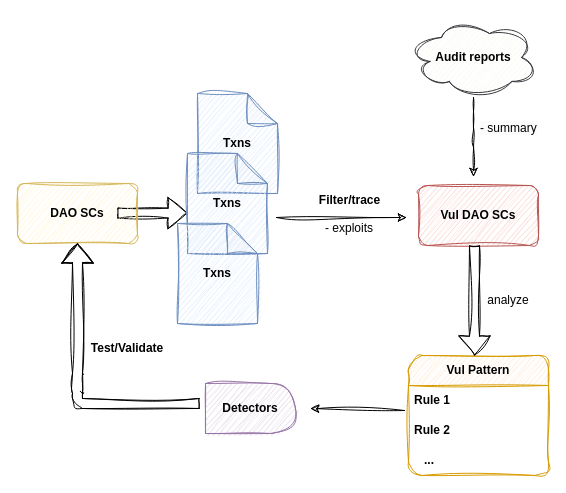
This is dao.drawio from bossjoker1/Assembly, a draw.io file, before an edit. Source tidied: cells renumbered, new cells numbered last; positions are measured from the earlier drawing's top-left corner, leaving out a move shared by most shapes. Both pictures are drawn from the tidied source at 100%, with x=0, y=0 at pixel (17, 17).
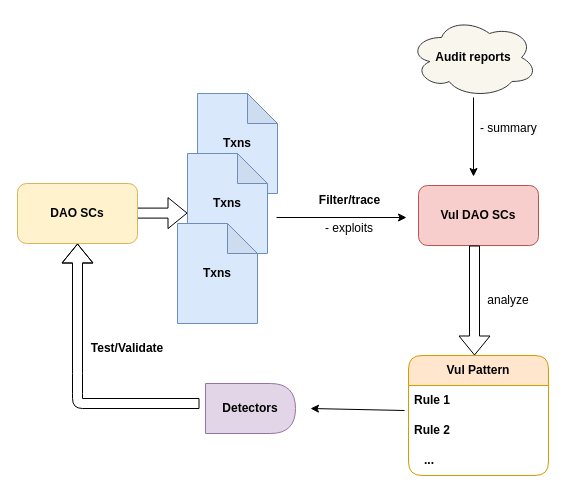
After the change.

What changed in the source:
```diff
@@
-    <mxCell id="2" value="&lt;b style=&quot;border-color: var(--border-color);&quot;&gt;Txns&lt;/b&gt;" style="shape=note;whiteSpace=wrap;html=1;backgroundOutline=1;darkOpacity=0.05;rounded=1;fillColor=#dae8fc;strokeColor=#6c8ebf;sketch=1;curveFitting=1;jiggle=2;" parent="1" vertex="1">
+    <mxCell id="2" value="&lt;b style=&quot;border-color: var(--border-color);&quot;&gt;Txns&lt;/b&gt;" style="shape=note;whiteSpace=wrap;html=1;backgroundOutline=1;darkOpacity=0.05;rounded=1;fillColor=#dae8fc;strokeColor=#6c8ebf;" parent="1" vertex="1">
       <mxGeometry x="180" y="76" width="80" height="100" as="geometry" />
     </mxCell>
-    <mxCell id="3" style="shape=flexArrow;endArrow=classic;html=1;rounded=1;sketch=1;curveFitting=1;jiggle=2;" parent="1" edge="1">
+    <mxCell id="3" style="shape=flexArrow;endArrow=classic;html=1;rounded=1;" parent="1" edge="1">
       <mxGeometry relative="1" as="geometry">
         <mxPoint x="100" y="195.6" as="sourcePoint" />
         <mxPoint x="170" y="195.6" as="targetPoint" />
       </mxGeometry>
     </mxCell>
-    <mxCell id="4" value="DAO SCs" style="rounded=1;whiteSpace=wrap;html=1;fontStyle=1;fillColor=#fff2cc;strokeColor=#d6b656;sketch=1;curveFitting=1;jiggle=2;" parent="1" vertex="1">
+    <mxCell id="4" value="DAO SCs" style="rounded=1;whiteSpace=wrap;html=1;fontStyle=1;fillColor=#fff2cc;strokeColor=#d6b656;" parent="1" vertex="1">
       <mxGeometry y="166" width="120" height="60" as="geometry" />
     </mxCell>
-    <mxCell id="5" value="&lt;b&gt;Txns&lt;/b&gt;" style="shape=note;whiteSpace=wrap;html=1;backgroundOutline=1;darkOpacity=0.05;rounded=1;fillColor=#dae8fc;strokeColor=#6c8ebf;sketch=1;curveFitting=1;jiggle=2;" parent="1" vertex="1">
+    <mxCell id="5" value="&lt;b&gt;Txns&lt;/b&gt;" style="shape=note;whiteSpace=wrap;html=1;backgroundOutline=1;darkOpacity=0.05;rounded=1;fillColor=#dae8fc;strokeColor=#6c8ebf;" parent="1" vertex="1">
       <mxGeometry x="170" y="136" width="80" height="100" as="geometry" />
     </mxCell>
-    <mxCell id="6" style="endArrow=classic;html=1;rounded=1;sketch=1;curveFitting=1;jiggle=2;" parent="1" edge="1">
+    <mxCell id="6" style="endArrow=classic;html=1;rounded=1;" parent="1" edge="1">
       <mxGeometry relative="1" as="geometry">
         <mxPoint x="259" y="200" as="sourcePoint" />
         <mxPoint x="389" y="200" as="targetPoint" />
       </mxGeometry>
     </mxCell>
-    <mxCell id="7" value="Filter/trace" style="text;html=1;align=center;verticalAlign=middle;strokeColor=none;fillColor=none;fontStyle=1;rounded=1;sketch=1;curveFitting=1;jiggle=2;" parent="1" vertex="1">
+    <mxCell id="7" value="Filter/trace" style="text;html=1;align=center;verticalAlign=middle;strokeColor=none;fillColor=none;fontStyle=1;rounded=1;" parent="1" vertex="1">
       <mxGeometry x="292" y="168" width="80" height="30" as="geometry" />
     </mxCell>
-    <mxCell id="8" value="&lt;b style=&quot;border-color: var(--border-color);&quot;&gt;Txns&lt;/b&gt;" style="shape=note;whiteSpace=wrap;html=1;backgroundOutline=1;darkOpacity=0.05;rounded=1;fillColor=#dae8fc;strokeColor=#6c8ebf;sketch=1;curveFitting=1;jiggle=2;" parent="1" vertex="1">
+    <mxCell id="8" value="&lt;b style=&quot;border-color: var(--border-color);&quot;&gt;Txns&lt;/b&gt;" style="shape=note;whiteSpace=wrap;html=1;backgroundOutline=1;darkOpacity=0.05;rounded=1;fillColor=#dae8fc;strokeColor=#6c8ebf;" parent="1" vertex="1">
       <mxGeometry x="160" y="206" width="80" height="100" as="geometry" />
     </mxCell>
-    <mxCell id="9" value="- exploits" style="text;html=1;strokeColor=none;fillColor=none;align=center;verticalAlign=middle;whiteSpace=wrap;rounded=1;sketch=1;curveFitting=1;jiggle=2;" parent="1" vertex="1">
+    <mxCell id="9" value="- exploits" style="text;html=1;strokeColor=none;fillColor=none;align=center;verticalAlign=middle;whiteSpace=wrap;rounded=1;" parent="1" vertex="1">
       <mxGeometry x="302" y="196" width="60" height="30" as="geometry" />
     </mxCell>
-    <mxCell id="10" value="Vul DAO SCs" style="rounded=1;whiteSpace=wrap;html=1;fontStyle=1;fillColor=#f8cecc;strokeColor=#b85450;sketch=1;curveFitting=1;jiggle=2;" parent="1" vertex="1">
+    <mxCell id="10" value="Vul DAO SCs" style="rounded=1;whiteSpace=wrap;html=1;fontStyle=1;fillColor=#f8cecc;strokeColor=#b85450;" parent="1" vertex="1">
       <mxGeometry x="401" y="168" width="120" height="60" as="geometry" />
     </mxCell>
-    <mxCell id="11" value="Vul Pattern" style="swimlane;fontStyle=1;horizontal=1;startSize=30;whiteSpace=wrap;html=1;rounded=1;fillColor=#ffe6cc;strokeColor=#d79b00;sketch=1;curveFitting=1;jiggle=2;" parent="1" vertex="1">
+    <mxCell id="11" value="Vul Pattern" style="swimlane;fontStyle=1;horizontal=1;startSize=30;whiteSpace=wrap;html=1;rounded=1;fillColor=#ffe6cc;strokeColor=#d79b00;" parent="1" vertex="1">
       <mxGeometry x="391" y="338" width="140" height="120" as="geometry" />
     </mxCell>
-    <mxCell id="12" style="endArrow=classic;html=1;rounded=1;sketch=1;curveFitting=1;jiggle=2;" parent="11" edge="1">
+    <mxCell id="12" style="endArrow=classic;html=1;rounded=1;" parent="11" edge="1">
       <mxGeometry relative="1" as="geometry">
         <mxPoint x="-4" y="55" as="sourcePoint" />
         <mxPoint x="-98" y="53" as="targetPoint" />
       </mxGeometry>
     </mxCell>
-    <mxCell id="13" value="Rule 1" style="text;strokeColor=none;fillColor=none;align=left;verticalAlign=middle;spacingLeft=4;spacingRight=4;overflow=hidden;whiteSpace=wrap;html=1;fontStyle=1;rounded=1;sketch=1;curveFitting=1;jiggle=2;" parent="11" vertex="1">
+    <mxCell id="13" value="Rule 1" style="text;strokeColor=none;fillColor=none;align=left;verticalAlign=middle;spacingLeft=4;spacingRight=4;overflow=hidden;whiteSpace=wrap;html=1;fontStyle=1;rounded=1;" parent="11" vertex="1">
       <mxGeometry y="30" width="140" height="30" as="geometry" />
     </mxCell>
-    <mxCell id="14" value="Rule 2" style="text;strokeColor=none;fillColor=none;align=left;verticalAlign=middle;spacingLeft=4;spacingRight=4;overflow=hidden;whiteSpace=wrap;html=1;fontStyle=1;rounded=1;sketch=1;curveFitting=1;jiggle=2;" parent="11" vertex="1">
+    <mxCell id="14" value="Rule 2" style="text;strokeColor=none;fillColor=none;align=left;verticalAlign=middle;spacingLeft=4;spacingRight=4;overflow=hidden;whiteSpace=wrap;html=1;fontStyle=1;rounded=1;" parent="11" vertex="1">
       <mxGeometry y="60" width="140" height="30" as="geometry" />
     </mxCell>
-    <mxCell id="15" value="&amp;nbsp; &amp;nbsp;..." style="text;strokeColor=none;fillColor=none;align=left;verticalAlign=middle;spacingLeft=4;spacingRight=4;overflow=hidden;whiteSpace=wrap;html=1;fontStyle=1;rounded=1;sketch=1;curveFitting=1;jiggle=2;" parent="11" vertex="1">
+    <mxCell id="15" value="&amp;nbsp; &amp;nbsp;..." style="text;strokeColor=none;fillColor=none;align=left;verticalAlign=middle;spacingLeft=4;spacingRight=4;overflow=hidden;whiteSpace=wrap;html=1;fontStyle=1;rounded=1;" parent="11" vertex="1">
       <mxGeometry y="90" width="140" height="30" as="geometry" />
     </mxCell>
-    <mxCell id="16" style="shape=flexArrow;endArrow=classic;html=1;rounded=1;sketch=1;curveFitting=1;jiggle=2;" parent="1" edge="1">
+    <mxCell id="16" style="shape=flexArrow;endArrow=classic;html=1;rounded=1;" parent="1" edge="1">
       <mxGeometry relative="1" as="geometry">
         <mxPoint x="457" y="228" as="sourcePoint" />
         <mxPoint x="457" y="338" as="targetPoint" />
       </mxGeometry>
     </mxCell>
-    <mxCell id="17" value="analyze" style="text;html=1;strokeColor=none;fillColor=none;align=center;verticalAlign=middle;whiteSpace=wrap;rounded=1;sketch=1;curveFitting=1;jiggle=2;" parent="1" vertex="1">
+    <mxCell id="17" value="analyze" style="text;html=1;strokeColor=none;fillColor=none;align=center;verticalAlign=middle;whiteSpace=wrap;rounded=1;" parent="1" vertex="1">
       <mxGeometry x="461" y="268" width="60" height="30" as="geometry" />
     </mxCell>
-    <mxCell id="18" value="&lt;b&gt;Detectors&lt;/b&gt;" style="shape=delay;whiteSpace=wrap;html=1;rounded=1;fillColor=#e1d5e7;strokeColor=#9673a6;sketch=1;curveFitting=1;jiggle=2;" parent="1" vertex="1">
+    <mxCell id="18" value="&lt;b&gt;Detectors&lt;/b&gt;" style="shape=delay;whiteSpace=wrap;html=1;rounded=1;fillColor=#e1d5e7;strokeColor=#9673a6;" parent="1" vertex="1">
       <mxGeometry x="188" y="366" width="90" height="50" as="geometry" />
     </mxCell>
-    <mxCell id="19" style="shape=flexArrow;endArrow=classic;html=1;rounded=1;entryX=0.5;entryY=1;entryDx=0;entryDy=0;sketch=1;curveFitting=1;jiggle=2;" parent="1" edge="1" target="4">
+    <mxCell id="19" style="shape=flexArrow;endArrow=classic;html=1;rounded=1;entryX=0.5;entryY=1;entryDx=0;entryDy=0;" parent="1" edge="1" target="4">
       <mxGeometry relative="1" as="geometry">
         <mxPoint x="182" y="386" as="sourcePoint" />
         <Array as="points">
           <mxPoint x="60" y="386" />
           <mxPoint x="60" y="376" />
           <mxPoint x="60" y="356" />
         </Array>
       </mxGeometry>
     </mxCell>
-    <mxCell id="20" value="&lt;b&gt;Test/Validate&lt;/b&gt;" style="text;html=1;strokeColor=none;fillColor=none;align=center;verticalAlign=middle;whiteSpace=wrap;rounded=1;sketch=1;curveFitting=1;jiggle=2;" parent="1" vertex="1">
+    <mxCell id="20" value="&lt;b&gt;Test/Validate&lt;/b&gt;" style="text;html=1;strokeColor=none;fillColor=none;align=center;verticalAlign=middle;whiteSpace=wrap;rounded=1;" parent="1" vertex="1">
       <mxGeometry x="80" y="316" width="60" height="30" as="geometry" />
     </mxCell>
-    <mxCell id="21" style="edgeStyle=orthogonalEdgeStyle;rounded=1;jettySize=auto;html=1;sketch=1;curveFitting=1;jiggle=2;" parent="1" edge="1" source="22">
+    <mxCell id="21" style="edgeStyle=orthogonalEdgeStyle;rounded=1;jettySize=auto;html=1;" parent="1" edge="1" source="22">
       <mxGeometry relative="1" as="geometry">
         <mxPoint x="456" y="159" as="targetPoint" />
       </mxGeometry>
     </mxCell>
-    <mxCell id="22" value="&lt;b&gt;Audit reports&lt;/b&gt;" style="ellipse;shape=cloud;whiteSpace=wrap;html=1;rounded=1;fillColor=#f9f7ed;strokeColor=#36393d;sketch=1;curveFitting=1;jiggle=2;" parent="1" vertex="1">
+    <mxCell id="22" value="&lt;b&gt;Audit reports&lt;/b&gt;" style="ellipse;shape=cloud;whiteSpace=wrap;html=1;rounded=1;fillColor=#f9f7ed;strokeColor=#36393d;" parent="1" vertex="1">
       <mxGeometry x="392" width="128" height="80" as="geometry" />
     </mxCell>
-    <mxCell id="23" value="&lt;span style=&quot;color: rgb(0, 0, 0); font-family: Helvetica; font-size: 12px; font-style: normal; font-variant-ligatures: normal; font-variant-caps: normal; font-weight: 400; letter-spacing: normal; orphans: 2; text-align: center; text-indent: 0px; text-transform: none; widows: 2; word-spacing: 0px; -webkit-text-stroke-width: 0px; background-color: rgb(251, 251, 251); text-decoration-thickness: initial; text-decoration-style: initial; text-decoration-color: initial; float: none; display: inline !important;&quot;&gt;- summary&lt;/span&gt;" style="text;whiteSpace=wrap;html=1;rounded=1;sketch=1;curveFitting=1;jiggle=2;" parent="1" vertex="1">
+    <mxCell id="23" value="&lt;span style=&quot;color: rgb(0, 0, 0); font-family: Helvetica; font-size: 12px; font-style: normal; font-variant-ligatures: normal; font-variant-caps: normal; font-weight: 400; letter-spacing: normal; orphans: 2; text-align: center; text-indent: 0px; text-transform: none; widows: 2; word-spacing: 0px; -webkit-text-stroke-width: 0px; background-color: rgb(251, 251, 251); text-decoration-thickness: initial; text-decoration-style: initial; text-decoration-color: initial; float: none; display: inline !important;&quot;&gt;- summary&lt;/span&gt;" style="text;whiteSpace=wrap;html=1;rounded=1;" parent="1" vertex="1">
       <mxGeometry x="461" y="97" width="67" height="36" as="geometry" />
     </mxCell>
```
